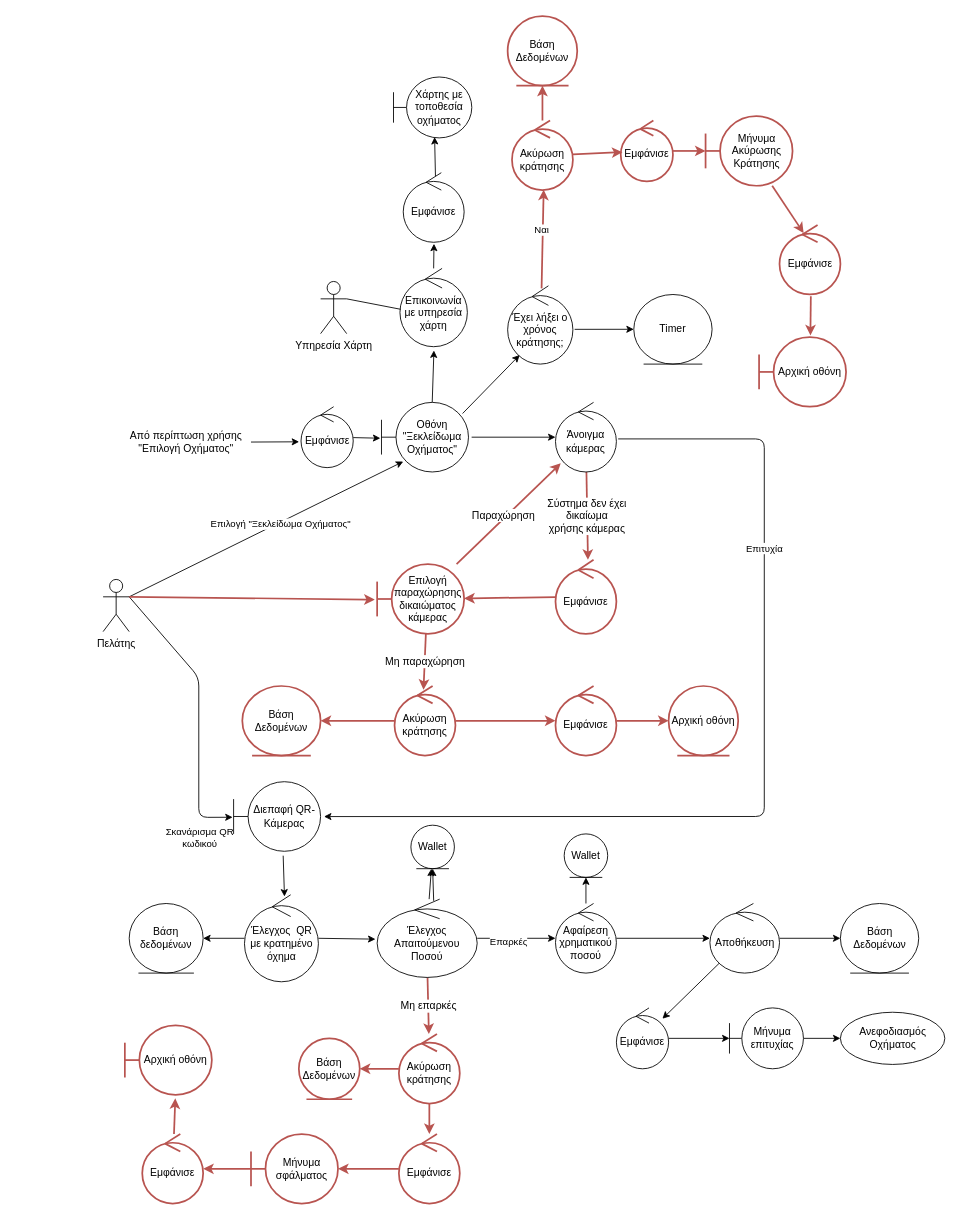
Nikolis2002/texnoligia_logismikou keeps this draw.io diagram as Part_2/Robustness/diagrams/02_Ξεκλείδωμα_Οχήματος.drawio. Above is the earlier version. Source tidied: cells renumbered, new cells numbered last; positions are measured from the earlier drawing's top-left corner, leaving out a move shared by most shapes. Both pictures are drawn from the tidied source at 87%, with x=0, y=0 at pixel (103, 16).
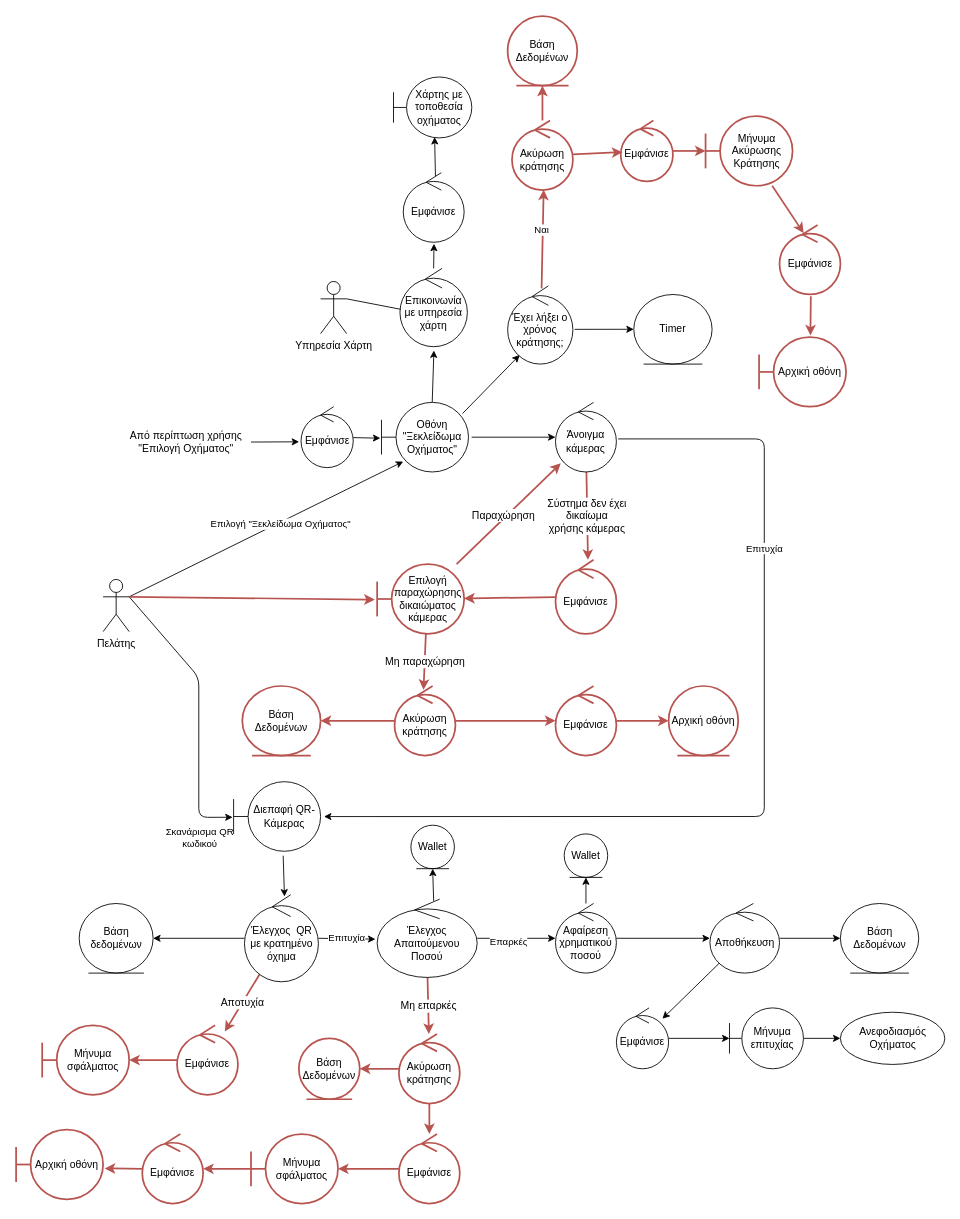
Above is the later version.

Unchanged cells that the change refers to:
```xml
<mxCell id="20" value="Έλεγχος Απαιτούμενου Ποσού" style="ellipse;shape=umlControl;whiteSpace=wrap;html=1;" parent="1" vertex="1">
  <mxGeometry x="315" y="1015" width="115" height="90" as="geometry" />
</mxCell>
<mxCell id="30" value="Wallet" style="ellipse;shape=umlEntity;whiteSpace=wrap;html=1;" parent="1" vertex="1">
  <mxGeometry x="353.8" y="930" width="50" height="50" as="geometry" />
</mxCell>
<mxCell id="57" value="Εμφάνισε" style="ellipse;shape=umlControl;whiteSpace=wrap;html=1;fillColor=none;strokeColor=#b85450;strokeWidth=2;" parent="1" vertex="1">
  <mxGeometry x="45" y="1285" width="70" height="80" as="geometry" />
</mxCell>
<mxCell id="87" value="Έλεγχος&amp;nbsp; QR με κρατημένο όχημα" style="ellipse;shape=umlControl;whiteSpace=wrap;html=1;" parent="1" vertex="1">
  <mxGeometry x="162.5" y="1010" width="85" height="100" as="geometry" />
</mxCell>
```

The edit, as a diff of the source:
```diff
@@
-    <mxCell id="19" style="edgeStyle=none;html=1;" parent="1" edge="1" source="20" target="30">
-      <mxGeometry relative="1" as="geometry" />
-    </mxCell>
@@
-    <mxCell id="56" style="edgeStyle=none;html=1;fontSize=12;strokeColor=#b85450;endFill=1;fillColor=none;strokeWidth=2;entryX=0.58;entryY=1.05;entryDx=0;entryDy=0;entryPerimeter=0;" parent="1" edge="1" source="57" target="58">
+    <mxCell id="56" style="edgeStyle=none;html=1;fontSize=12;strokeColor=#b85450;endFill=1;fillColor=none;strokeWidth=2;entryX=1.018;entryY=0.556;entryDx=0;entryDy=0;entryPerimeter=0;" parent="1" edge="1" source="57" target="58">
       <mxGeometry relative="1" as="geometry" />
     </mxCell>
@@
     <mxCell id="58" value="Αρχική οθόνη" style="shape=umlBoundary;whiteSpace=wrap;html=1;fillColor=none;strokeColor=#b85450;strokeWidth=2;" parent="1" vertex="1">
-      <mxGeometry x="25" y="1160" width="100" height="80" as="geometry" />
+      <mxGeometry x="-100" y="1280" width="100" height="80" as="geometry" />
     </mxCell>
@@
-    <mxCell id="86" style="edgeStyle=none;html=1;entryX=-0.017;entryY=0.511;entryDx=0;entryDy=0;entryPerimeter=0;" parent="1" edge="1" source="87" target="20">
+    <mxCell id="86" value="Επιτυχία" style="edgeStyle=none;html=1;entryX=-0.017;entryY=0.511;entryDx=0;entryDy=0;entryPerimeter=0;" parent="1" edge="1" source="87" target="20">
       <mxGeometry relative="1" as="geometry" />
     </mxCell>
+    <mxCell id="94" value="Αποτυχία" style="edgeStyle=none;html=1;fontSize=12;strokeColor=#b85450;endFill=1;fillColor=none;strokeWidth=2;" parent="1" edge="1" source="87" target="96">
+      <mxGeometry relative="1" as="geometry" />
+    </mxCell>
@@
     <mxCell id="88" value="Βάση δεδομένων" style="ellipse;shape=umlEntity;whiteSpace=wrap;html=1;" parent="1" vertex="1">
-      <mxGeometry x="30" y="1020" width="85" height="80" as="geometry" />
+      <mxGeometry x="-27.5" y="1020" width="85" height="80" as="geometry" />
     </mxCell>
@@
+    <mxCell id="95" style="edgeStyle=none;html=1;fontSize=12;strokeColor=#b85450;endFill=1;fillColor=none;strokeWidth=2;" parent="1" edge="1" source="96" target="97">
+      <mxGeometry relative="1" as="geometry" />
+    </mxCell>
+    <mxCell id="96" value="Εμφάνισε" style="ellipse;shape=umlControl;whiteSpace=wrap;html=1;fillColor=none;strokeColor=#b85450;strokeWidth=2;" parent="1" vertex="1">
+      <mxGeometry x="85" y="1160" width="70" height="80" as="geometry" />
+    </mxCell>
+    <mxCell id="97" value="Μήνυμα σφάλματος" style="shape=umlBoundary;whiteSpace=wrap;html=1;fillColor=none;strokeColor=#b85450;strokeWidth=2;" parent="1" vertex="1">
+      <mxGeometry x="-70" y="1160" width="100" height="80" as="geometry" />
+    </mxCell>
```
